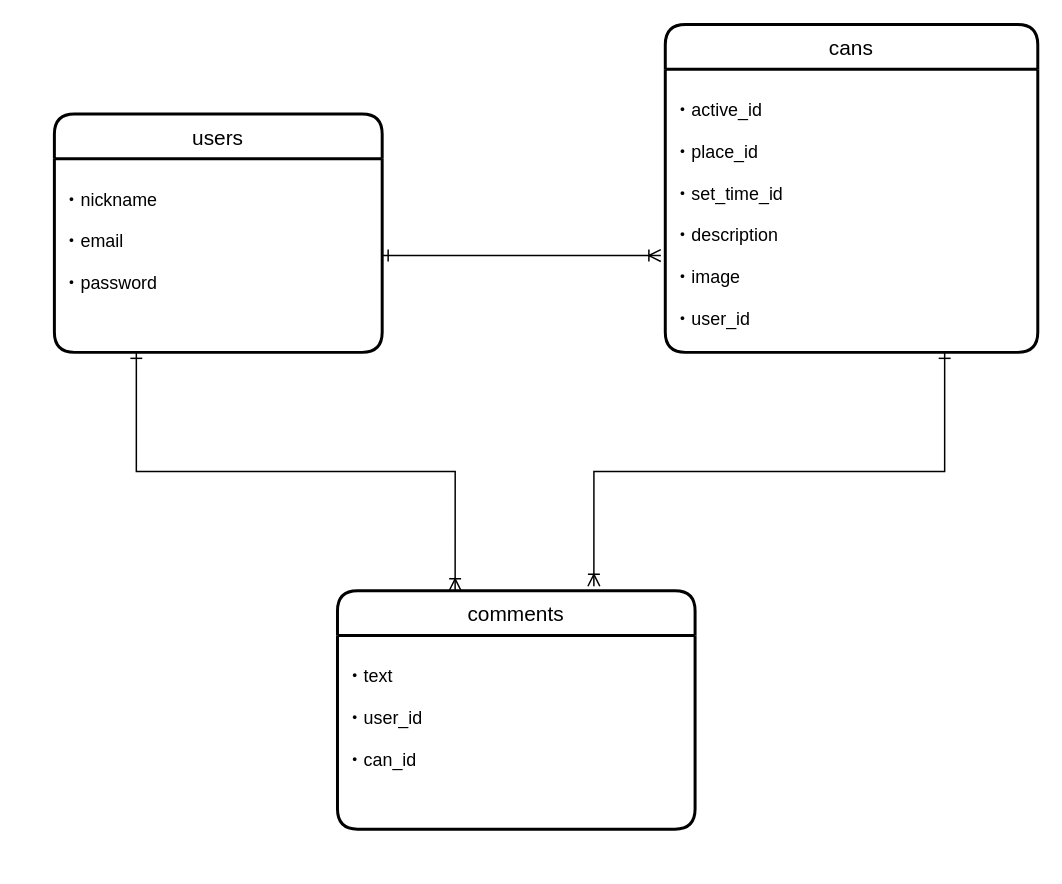
The draw.io diagram portfolio.dio in maru-keitaro/maru-portfolio, before the edit. Source tidied: cells renumbered, new cells numbered last; positions are measured from the earlier drawing's top-left corner, leaving out a move shared by most shapes. Both pictures are drawn from the tidied source at 149%, with x=0, y=0 at pixel (54, 24).
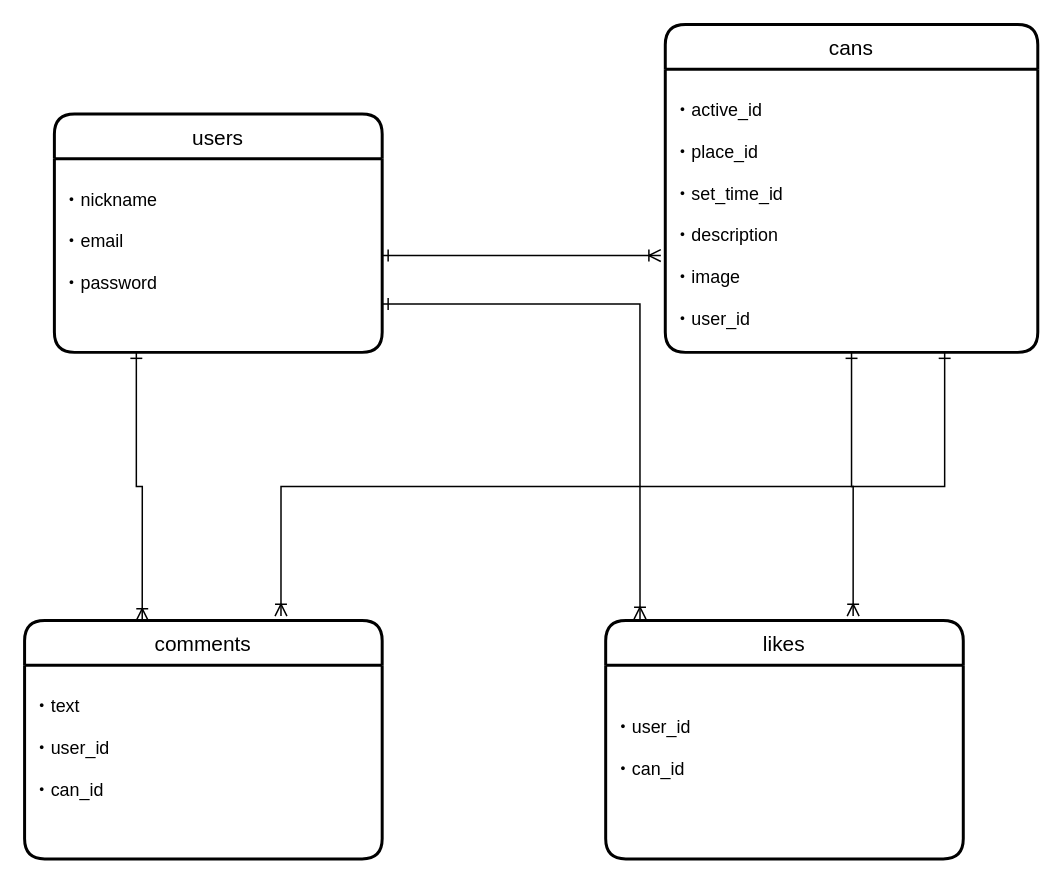
After the change.

The edit, as a diff of the source:
```diff
@@
 <mxGraphModel>
   <root>
     <mxCell id="0" />
     <mxCell id="1" parent="0" />
     <mxCell id="2" value="users" style="swimlane;horizontal=1;startSize=30;rounded=1;fontSize=14;fontStyle=0;strokeWidth=2;shadow=0;dashed=0;align=center;" parent="1" vertex="1">
       <mxGeometry y="60" width="220" height="160" as="geometry" />
     </mxCell>
     <mxCell id="3" value="&#10;・nickname&#10;&#10;・email&#10;&#10;・password" style="align=left;strokeColor=none;fillColor=none;spacingLeft=4;fontSize=12;verticalAlign=top;" parent="2" vertex="1">
       <mxGeometry y="30" width="220" height="130" as="geometry" />
     </mxCell>
     <mxCell id="4" value="cans" style="swimlane;horizontal=1;startSize=30;rounded=1;fontSize=14;fontStyle=0;strokeWidth=2;shadow=0;dashed=0;align=center;" parent="1" vertex="1">
       <mxGeometry x="410" width="250" height="220" as="geometry" />
     </mxCell>
     <mxCell id="5" value="&#10;・active_id&#10;&#10;・place_id&#10;&#10;・set_time_id&#10;&#10;・description&#10;&#10;・image&#10;&#10;・user_id" style="align=left;strokeColor=none;fillColor=none;spacingLeft=4;fontSize=12;verticalAlign=top;" parent="4" vertex="1">
       <mxGeometry y="30" width="250" height="190" as="geometry" />
     </mxCell>
     <mxCell id="6" value="comments" style="swimlane;horizontal=1;startSize=30;rounded=1;fontSize=14;fontStyle=0;strokeWidth=2;shadow=0;dashed=0;align=center;" parent="1" vertex="1">
-      <mxGeometry x="190" y="380" width="240" height="160" as="geometry" />
+      <mxGeometry x="-20" y="400" width="240" height="160" as="geometry" />
     </mxCell>
     <mxCell id="7" value="&#10;・text&#10;&#10;・user_id&#10;&#10;・can_id" style="align=left;strokeColor=none;fillColor=none;spacingLeft=4;fontSize=12;verticalAlign=top;" parent="6" vertex="1">
       <mxGeometry y="30" width="240" height="130" as="geometry" />
     </mxCell>
     <mxCell id="8" style="edgeStyle=orthogonalEdgeStyle;rounded=0;jettySize=auto;html=1;exitX=1;exitY=0.5;exitDx=0;exitDy=0;entryX=-0.012;entryY=0.658;entryDx=0;entryDy=0;entryPerimeter=0;startArrow=ERone;startFill=0;endArrow=ERoneToMany;endFill=0;" parent="1" edge="1" source="3" target="5">
       <mxGeometry relative="1" as="geometry" />
     </mxCell>
     <mxCell id="9" style="edgeStyle=orthogonalEdgeStyle;rounded=0;jettySize=auto;html=1;exitX=0.25;exitY=1;exitDx=0;exitDy=0;entryX=0.329;entryY=0;entryDx=0;entryDy=0;entryPerimeter=0;startArrow=ERone;startFill=0;endArrow=ERoneToMany;endFill=0;" parent="1" edge="1" source="3" target="6">
       <mxGeometry relative="1" as="geometry" />
     </mxCell>
     <mxCell id="10" style="edgeStyle=orthogonalEdgeStyle;rounded=0;jettySize=auto;html=1;exitX=0.75;exitY=1;exitDx=0;exitDy=0;entryX=0.717;entryY=-0.019;entryDx=0;entryDy=0;entryPerimeter=0;startArrow=ERone;startFill=0;endArrow=ERoneToMany;endFill=0;" parent="1" edge="1" source="5" target="6">
       <mxGeometry relative="1" as="geometry" />
     </mxCell>
+    <mxCell id="11" value="likes" style="swimlane;horizontal=1;startSize=30;rounded=1;fontSize=14;fontStyle=0;strokeWidth=2;shadow=0;dashed=0;align=center;" parent="1" vertex="1">
+      <mxGeometry x="370" y="400" width="240" height="160" as="geometry" />
+    </mxCell>
+    <mxCell id="12" value="&#10;&#10;・user_id&#10;&#10;・can_id" style="align=left;strokeColor=none;fillColor=none;spacingLeft=4;fontSize=12;verticalAlign=top;" parent="11" vertex="1">
+      <mxGeometry y="30" width="240" height="130" as="geometry" />
+    </mxCell>
+    <mxCell id="13" style="edgeStyle=orthogonalEdgeStyle;rounded=0;jettySize=auto;html=1;exitX=1;exitY=0.75;exitDx=0;exitDy=0;entryX=0.096;entryY=-0.006;entryDx=0;entryDy=0;entryPerimeter=0;startArrow=ERone;startFill=0;endArrow=ERoneToMany;endFill=0;" parent="1" edge="1" source="3" target="11">
+      <mxGeometry relative="1" as="geometry" />
+    </mxCell>
+    <mxCell id="14" style="edgeStyle=orthogonalEdgeStyle;rounded=0;jettySize=auto;html=1;exitX=0.5;exitY=1;exitDx=0;exitDy=0;entryX=0.692;entryY=-0.019;entryDx=0;entryDy=0;entryPerimeter=0;startArrow=ERone;startFill=0;endArrow=ERoneToMany;endFill=0;" parent="1" edge="1" source="5" target="11">
+      <mxGeometry relative="1" as="geometry" />
+    </mxCell>
   </root>
 </mxGraphModel>
```
